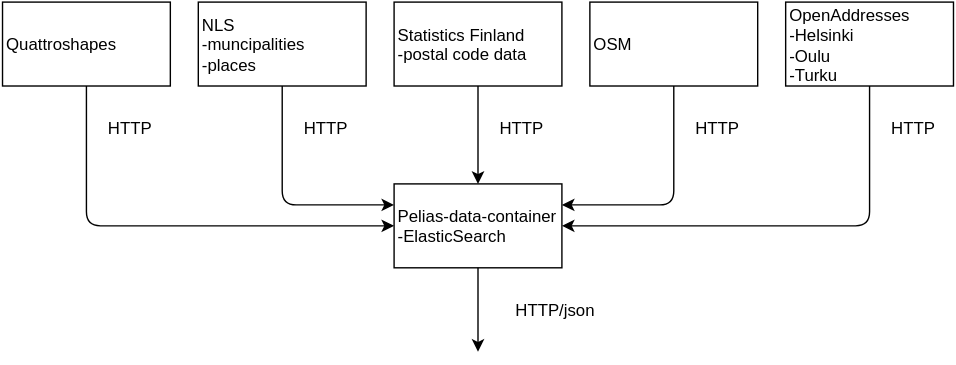
This is pages/en/developers/services-and-apis/6-data-containers/geocoding-data/architecture.svg from HSLdevcom/digitransit-site, a draw.io export, as it was before one commit. Source tidied: cells renumbered, new cells last; positions are measured from the earlier drawing's top-left corner, leaving out a move shared by most shapes.
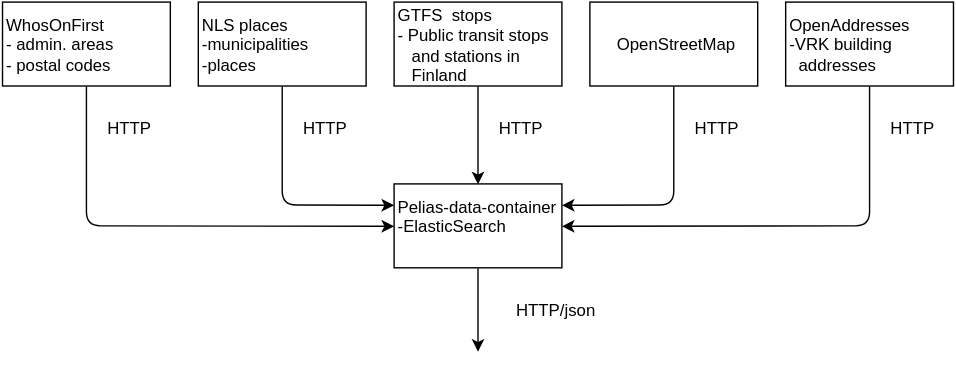
The same file after the commit.

Commit message:
Update geocoding data docs - svg diagram was outdated, now OK - specify what is imported from OSM and how to contribute

The edit, as a diff of the source:
```diff
@@ -5,19 +5,19 @@
     <mxCell id="2" value="Pelias-data-container&lt;div&gt;-E&lt;span style=&quot;line-height: 1.2&quot;&gt;lasticSearch&lt;/span&gt;&lt;/div&gt;" style="whiteSpace=wrap;html=1;rounded=0;shadow=0;glass=0;strokeColor=#000000;fillColor=#FFFFFF;align=left;" parent="1" vertex="1">
       <mxGeometry x="280" y="130" width="120" height="60" as="geometry" />
     </mxCell>
-    <mxCell id="3" value="Quattroshapes" style="whiteSpace=wrap;html=1;rounded=0;shadow=0;glass=0;strokeColor=#000000;fillColor=#FFFFFF;align=left;" parent="1" vertex="1">
+    <mxCell id="3" value="WhosOnFirst&lt;div&gt;- admin. areas&lt;/div&gt;&lt;div&gt;- postal codes&lt;/div&gt;" style="whiteSpace=wrap;html=1;rounded=0;shadow=0;glass=0;strokeColor=#000000;fillColor=#FFFFFF;align=left;" parent="1" vertex="1">
       <mxGeometry width="120" height="60" as="geometry" />
     </mxCell>
-    <mxCell id="4" value="NLS&lt;br&gt;-muncipalities&lt;div&gt;-places&lt;/div&gt;" style="whiteSpace=wrap;html=1;rounded=0;shadow=0;glass=0;strokeColor=#000000;fillColor=#FFFFFF;align=left;" parent="1" vertex="1">
+    <mxCell id="4" value="NLS places&lt;br&gt;-municipalities&lt;div&gt;-places&lt;/div&gt;" style="whiteSpace=wrap;html=1;rounded=0;shadow=0;glass=0;strokeColor=#000000;fillColor=#FFFFFF;align=left;" parent="1" vertex="1">
       <mxGeometry x="140" width="120" height="60" as="geometry" />
     </mxCell>
-    <mxCell id="5" value="&lt;span&gt;Statistics Finland&amp;nbsp;&lt;/span&gt;&lt;div&gt;&lt;span&gt;-postal code data&lt;/span&gt;&lt;/div&gt;" style="whiteSpace=wrap;html=1;rounded=0;shadow=0;glass=0;strokeColor=#000000;fillColor=#FFFFFF;align=left;" parent="1" vertex="1">
+    <mxCell id="5" value="GTFS &amp;nbsp;stops&lt;br&gt;&lt;div&gt;&lt;span&gt;- Public transit stops&lt;/span&gt;&lt;/div&gt;&lt;div&gt;&lt;span&gt;&amp;nbsp; &amp;nbsp;and stations in &amp;nbsp;&lt;/span&gt;&lt;/div&gt;&lt;div&gt;&lt;span&gt;&amp;nbsp; &amp;nbsp;Finland&lt;/span&gt;&lt;/div&gt;" style="whiteSpace=wrap;html=1;rounded=0;shadow=0;glass=0;strokeColor=#000000;fillColor=#FFFFFF;align=left;" parent="1" vertex="1">
       <mxGeometry x="280" width="120" height="60" as="geometry" />
     </mxCell>
-    <mxCell id="6" value="OSM" style="whiteSpace=wrap;html=1;rounded=0;shadow=0;glass=0;strokeColor=#000000;fillColor=#FFFFFF;align=left;" parent="1" vertex="1">
+    <mxCell id="6" value="&amp;nbsp; &amp;nbsp; &amp;nbsp;OpenStreetMap" style="whiteSpace=wrap;html=1;rounded=0;shadow=0;glass=0;strokeColor=#000000;fillColor=#FFFFFF;align=left;" parent="1" vertex="1">
       <mxGeometry x="420" width="120" height="60" as="geometry" />
     </mxCell>
-    <mxCell id="7" value="OpenAddresses&lt;div&gt;-Helsinki&lt;/div&gt;&lt;div&gt;-Oulu&lt;/div&gt;&lt;div&gt;-Turku&lt;/div&gt;" style="whiteSpace=wrap;html=1;rounded=0;shadow=0;glass=0;strokeColor=#000000;fillColor=#FFFFFF;align=left;" parent="1" vertex="1">
+    <mxCell id="7" value="OpenAddresses&lt;div&gt;-VRK building&lt;/div&gt;&lt;div&gt;&amp;nbsp; addresses&lt;/div&gt;" style="whiteSpace=wrap;html=1;rounded=0;shadow=0;glass=0;strokeColor=#000000;fillColor=#FFFFFF;align=left;" parent="1" vertex="1">
       <mxGeometry x="560" width="120" height="60" as="geometry" />
     </mxCell>
     <mxCell id="8" style="endArrow=classic;html=1;exitX=0.5;exitY=1;entryX=0.5;entryY=0;" parent="1" edge="1" source="5" target="2">
```
